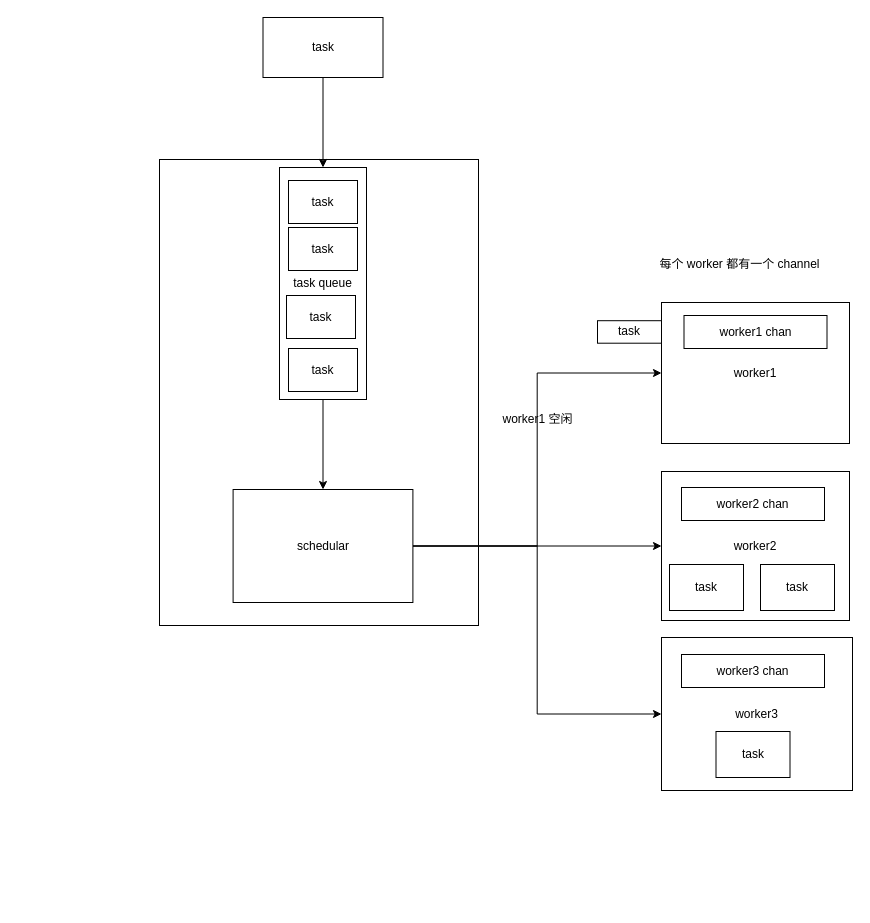
wgj6112345/go_crawl keeps this draw.io diagram as doc/queue.drawio. Above is the earlier version. Source tidied: cells renumbered, new cells numbered last; positions are measured from the earlier drawing's top-left corner, leaving out a move shared by most shapes. Both pictures are drawn from the tidied source at 100%, with x=0, y=0 at pixel (159, 17).
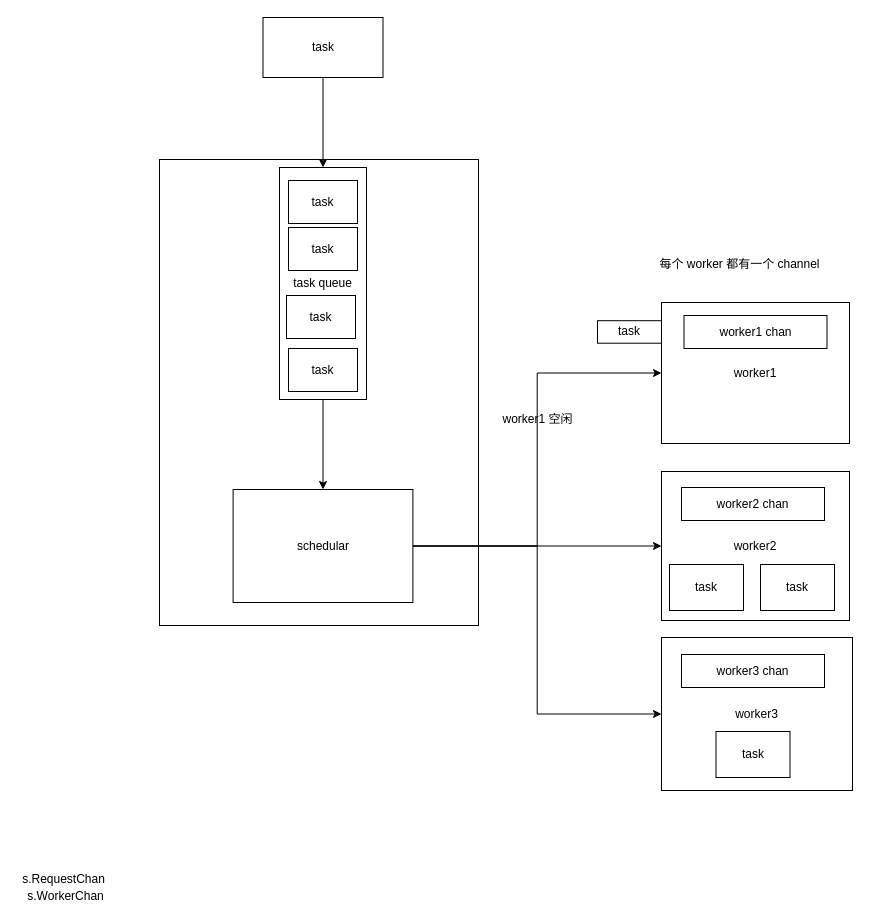
The same diagram, later.

Change to the diagram source:
```diff
@@
+    <mxCell id="27" value="s.WorkerChan" style="text;html=1;align=center;verticalAlign=middle;" parent="1" vertex="1">
+      <mxGeometry x="-138" y="870" width="87" height="18" as="geometry" />
+    </mxCell>
+    <mxCell id="28" value="s.RequestChan" style="text;html=1;align=center;verticalAlign=middle;" parent="1" vertex="1">
+      <mxGeometry x="-142" y="853" width="92" height="18" as="geometry" />
+    </mxCell>
```
